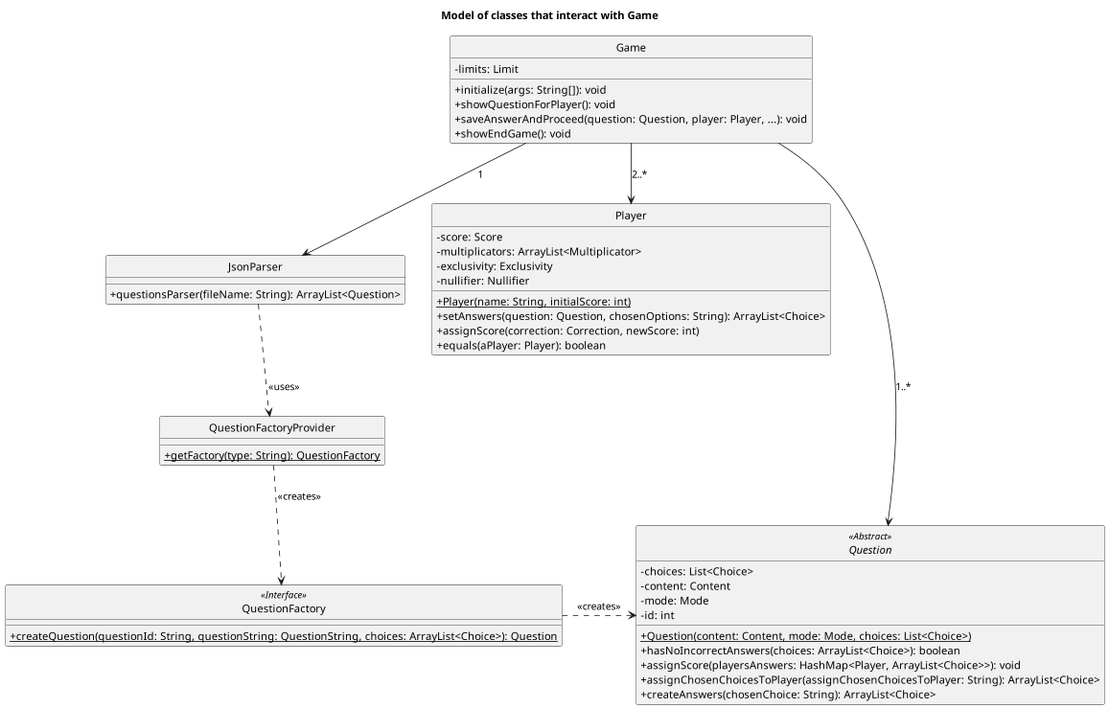
This is UML files/ClassDiagramGameInteractionsModel.png from agpelliciari/TP2-Algo-III, a PlantUML export, as it was before one commit.
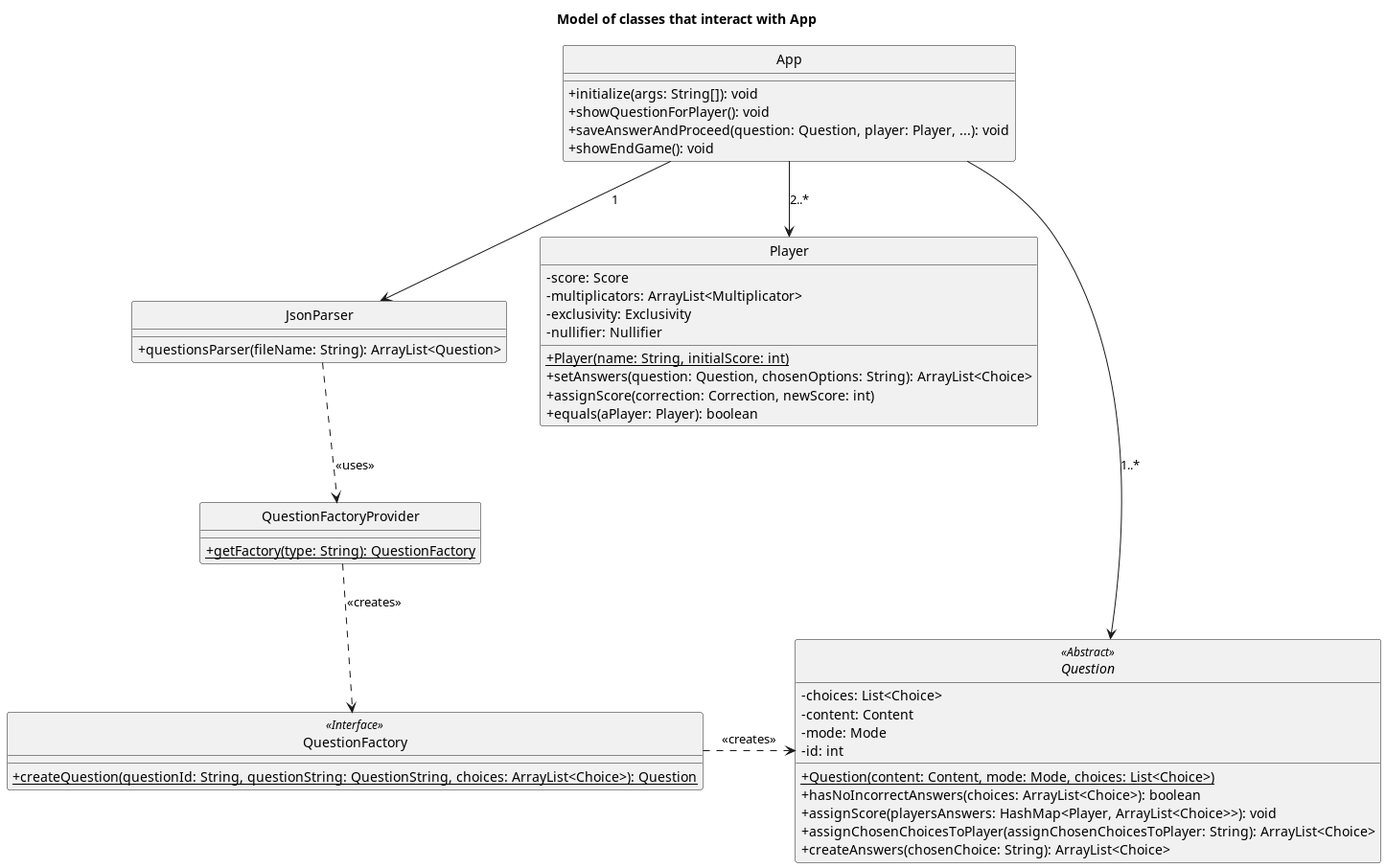
Above is the later version.

Commit message:
#62 'Game' changed to 'App'

Diff of the diagram source:
```diff
@@ -4,10 +4,9 @@
 hide circle
 skinparam classAttributeIconSize 0
 
-title: Model of classes that interact with Game
+title: Model of classes that interact with App
 
-class Game{
--limits: Limit
+class App {
 +initialize(args: String[]): void
 +showQuestionForPlayer(): void
 +saveAnswerAndProceed(question: Question, player: Player, ...): void
@@ -49,9 +48,9 @@
 +{static}createQuestion(questionId: String, questionString: QuestionString, choices: ArrayList<Choice>): Question
 }
 
-Game --> Question:1..*
-Game --> Player:2..*
-Game --> JsonParser:1
+App --> Question:1..*
+App --> Player:2..*
+App --> JsonParser:1
 
 JsonParser ..> QuestionFactoryProvider: <<uses>>
 QuestionFactory .> Question: "<<creates>>"
```
